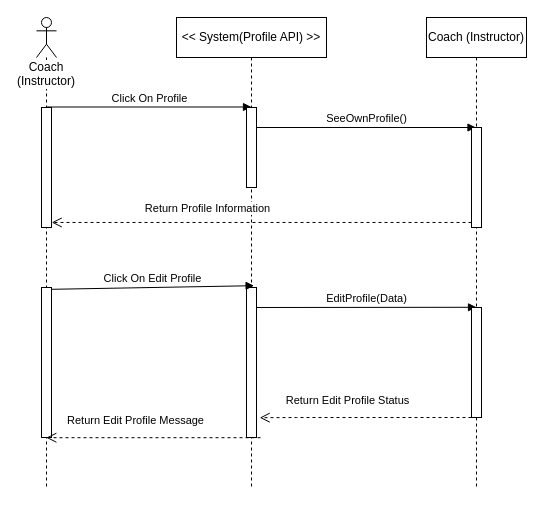
This is Behavioral Modeling/Instructor (Coach) Profile - Edit Profile - Sequence Diagram.drawio from mmohajer9/sama-online-coaching-system, a draw.io file, before an edit. Source tidied: cells renumbered, new cells numbered last; positions are measured from the earlier drawing's top-left corner, leaving out a move shared by most shapes. Both pictures are drawn from the tidied source at 100%, with x=0, y=0 at pixel (36, 17).
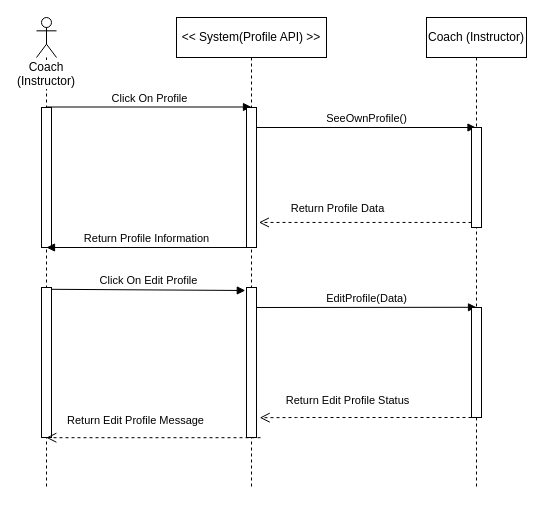
The same page after the edit.

Unchanged cells that the change refers to:
```xml
<mxCell id="2" value="Coach (Instructor)" style="shape=umlLifeline;participant=umlActor;perimeter=lifelinePerimeter;whiteSpace=wrap;html=1;verticalAlign=top;spacingTop=36;labelBackgroundColor=#ffffff;outlineConnect=0;" parent="1" vertex="1">
  <mxGeometry width="20" height="470" as="geometry" />
</mxCell>
<mxCell id="4" style="html=1;points=[];perimeter=orthogonalPerimeter;" parent="2" vertex="1">
  <mxGeometry x="5" y="270" width="10" height="150" as="geometry" />
</mxCell>
<mxCell id="5" value="&amp;lt;&amp;lt; System(Profile API) &amp;gt;&amp;gt;" style="shape=umlLifeline;perimeter=lifelinePerimeter;whiteSpace=wrap;html=1;" parent="1" vertex="1">
  <mxGeometry x="140" width="150" height="470" as="geometry" />
</mxCell>
<mxCell id="9" style="html=1;points=[];perimeter=orthogonalPerimeter;" parent="5" vertex="1">
  <mxGeometry x="70" y="270" width="10" height="150" as="geometry" />
</mxCell>
<mxCell id="12" style="html=1;points=[];perimeter=orthogonalPerimeter;" parent="11" vertex="1">
  <mxGeometry x="45" y="110" width="10" height="100" as="geometry" />
</mxCell>
```

The edit, as a diff of the source:
```diff
@@
     <mxCell id="3" style="html=1;points=[];perimeter=orthogonalPerimeter;" parent="2" vertex="1">
-      <mxGeometry x="5" y="90" width="10" height="120" as="geometry" />
+      <mxGeometry x="5" y="90" width="10" height="140" as="geometry" />
     </mxCell>
@@
     <mxCell id="7" style="html=1;points=[];perimeter=orthogonalPerimeter;" parent="5" vertex="1">
-      <mxGeometry x="70" y="90" width="10" height="80" as="geometry" />
+      <mxGeometry x="70" y="90" width="10" height="140" as="geometry" />
     </mxCell>
@@
-    <mxCell id="14" value="Return Profile Information" style="html=1;verticalAlign=bottom;endArrow=open;dashed=1;endSize=8;entryX=1.02;entryY=0.958;entryDx=0;entryDy=0;entryPerimeter=0;" parent="1" edge="1" source="12" target="3">
+    <mxCell id="14" value="Return Profile Data" style="html=1;verticalAlign=bottom;endArrow=open;dashed=1;endSize=8;entryX=1.24;entryY=0.821;entryDx=0;entryDy=0;entryPerimeter=0;" parent="1" edge="1" source="12" target="7">
       <mxGeometry x="0.26" y="-5" relative="1" as="geometry" />
     </mxCell>
-    <mxCell id="15" value="Click On Edit Profile" style="html=1;verticalAlign=bottom;endArrow=block;exitX=1.02;exitY=0.012;exitDx=0;exitDy=0;exitPerimeter=0;entryX=0.76;entryY=-0.012;entryDx=0;entryDy=0;entryPerimeter=0;" parent="1" edge="1" source="4" target="9">
+    <mxCell id="15" value="Click On Edit Profile" style="html=1;verticalAlign=bottom;endArrow=block;exitX=1.02;exitY=0.012;exitDx=0;exitDy=0;exitPerimeter=0;entryX=-0.12;entryY=0.02;entryDx=0;entryDy=0;entryPerimeter=0;" parent="1" edge="1" source="4" target="9">
       <mxGeometry relative="1" as="geometry" />
     </mxCell>
@@
+    <mxCell id="18" value="Return Profile Information" style="html=1;verticalAlign=bottom;endArrow=block;exitX=0;exitY=1;exitDx=0;exitDy=0;exitPerimeter=0;entryX=0.5;entryY=1;entryDx=0;entryDy=0;entryPerimeter=0;" parent="1" edge="1" source="7" target="3">
+      <mxGeometry relative="1" as="geometry" />
+    </mxCell>
```
